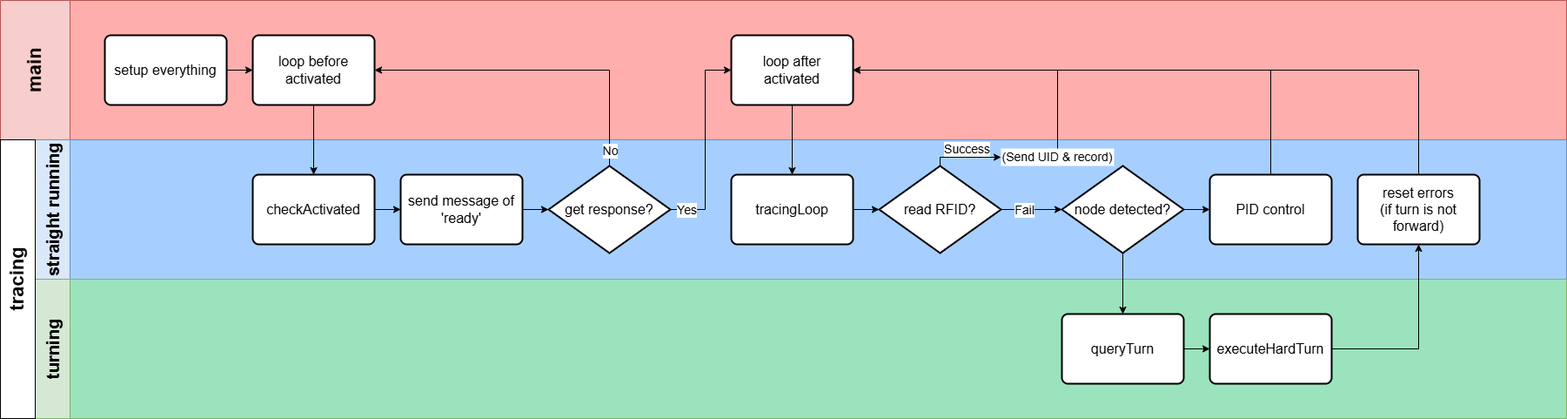
Before: diagrams/carcar_flow_arduino.drawio.png, a diagram exported from draw.io (yeeeeeeting/CarcarCodes). Source tidied: cells renumbered, new cells last; positions are measured from the earlier drawing's top-left corner, leaving out a move shared by most shapes.
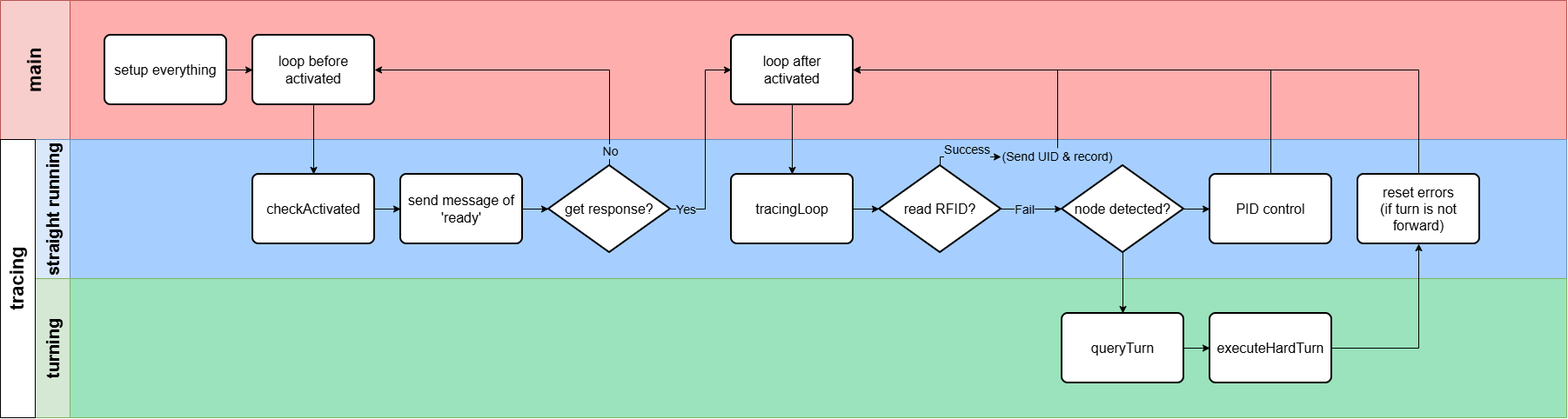
The same diagram one commit later.

Change to the diagram source:
```diff
@@ -44,7 +44,7 @@
     <mxCell id="15" style="edgeStyle=orthogonalEdgeStyle;rounded=0;jettySize=auto;html=1;" parent="7" edge="1" source="17" target="22">
       <mxGeometry relative="1" as="geometry" />
     </mxCell>
-    <mxCell id="16" value="Fail" style="edgeLabel;html=1;align=center;verticalAlign=middle;fontSize=14;" parent="15" vertex="1">
+    <mxCell id="16" value="Fail" style="edgeLabel;html=1;align=center;verticalAlign=middle;fontSize=14;labelBackgroundColor=light-dark(#a6cfff, #ededed);" parent="15" vertex="1">
       <mxGeometry x="0.14" y="-1" relative="1" as="geometry">
         <mxPoint x="-14" y="-1" as="offset" />
       </mxGeometry>
@@ -52,7 +52,7 @@
     <mxCell id="17" value="&lt;span style=&quot;font-size: 16px;&quot;&gt;read RFID?&lt;/span&gt;" style="strokeWidth=2;html=1;shape=mxgraph.flowchart.decision;whiteSpace=wrap;" parent="7" vertex="1">
       <mxGeometry x="970" y="30" width="140" height="100" as="geometry" />
     </mxCell>
-    <mxCell id="18" value="(Send UID &amp;amp; record)" style="text;html=1;whiteSpace=wrap;strokeColor=none;fillColor=default;align=center;verticalAlign=middle;rounded=0;fontSize=14;" parent="7" vertex="1">
+    <mxCell id="18" value="(Send UID &amp;amp; record)" style="text;html=1;whiteSpace=wrap;strokeColor=none;fillColor=light-dark(#a6cfff, #ededed);align=center;verticalAlign=middle;rounded=0;fontSize=14;gradientColor=none;" parent="7" vertex="1">
       <mxGeometry x="1110" y="10" width="130" height="20" as="geometry" />
     </mxCell>
     <mxCell id="19" style="edgeStyle=orthogonalEdgeStyle;rounded=0;jettySize=auto;html=1;" parent="7" edge="1" source="17" target="18">
@@ -62,7 +62,7 @@
         </Array>
       </mxGeometry>
     </mxCell>
-    <mxCell id="20" value="Success" style="edgeLabel;html=1;align=center;verticalAlign=middle;fontSize=14;" parent="19" vertex="1">
+    <mxCell id="20" value="Success" style="edgeLabel;html=1;align=center;verticalAlign=middle;fontSize=14;labelBackgroundColor=light-dark(#a6cfff, #ededed);" parent="19" vertex="1">
       <mxGeometry x="-0.87" y="-2" relative="1" as="geometry">
         <mxPoint x="28" y="-14" as="offset" />
       </mxGeometry>
@@ -104,7 +104,7 @@
         </Array>
       </mxGeometry>
     </mxCell>
-    <mxCell id="32" value="No" style="edgeLabel;html=1;align=center;verticalAlign=middle;fontSize=14;" parent="31" vertex="1">
+    <mxCell id="32" value="No" style="edgeLabel;html=1;align=center;verticalAlign=middle;fontSize=14;labelBackgroundColor=light-dark(#a6cfff, #ededed);" parent="31" vertex="1">
       <mxGeometry x="-0.72" y="-1" relative="1" as="geometry">
         <mxPoint x="-1" y="36" as="offset" />
       </mxGeometry>
@@ -117,7 +117,7 @@
         </Array>
       </mxGeometry>
     </mxCell>
-    <mxCell id="34" value="Yes" style="edgeLabel;html=1;align=center;verticalAlign=middle;fontSize=14;" parent="33" vertex="1">
+    <mxCell id="34" value="Yes" style="edgeLabel;html=1;align=center;verticalAlign=middle;fontSize=14;labelBackgroundColor=light-dark(#a6cfff, #ededed);" parent="33" vertex="1">
       <mxGeometry x="-0.86" y="1" relative="1" as="geometry">
         <mxPoint x="2" y="1" as="offset" />
       </mxGeometry>
```
